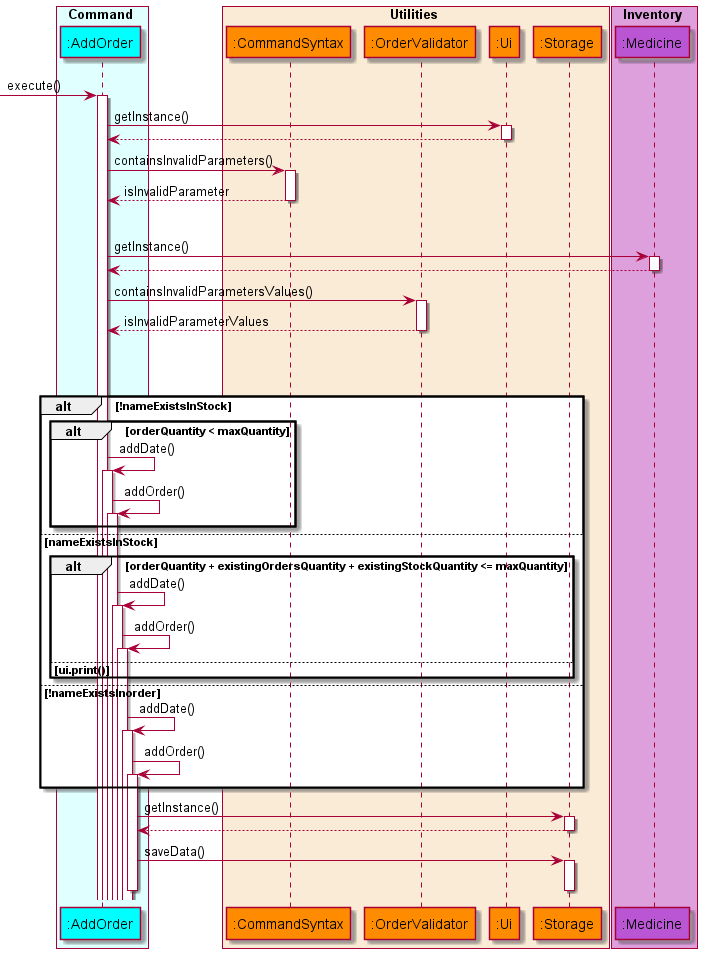
nus-cs2113-AY2122S1/tp keeps this PlantUML diagram as docs/diagrams/diagram_images/AddOrderSequenceDiagram.png. Above is the earlier version.
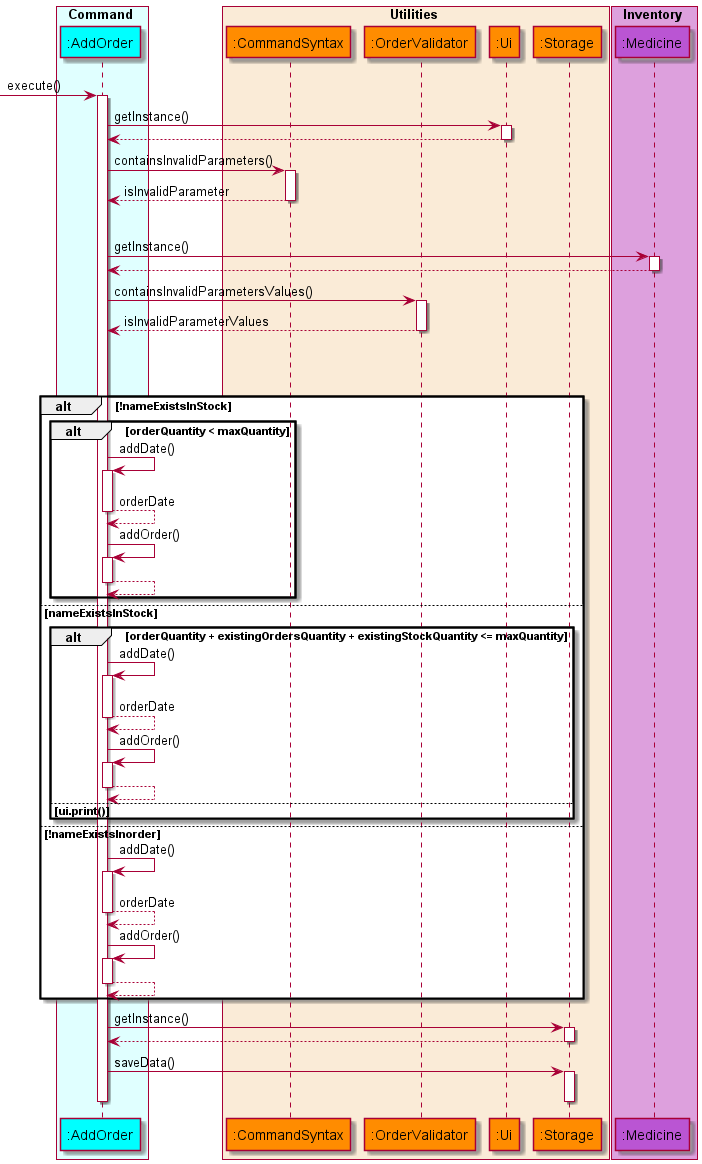
After the change.

Diff of the diagram source:
```diff
@@ -37,17 +37,23 @@
                 alt !nameExistsInStock
                     alt orderQuantity < maxQuantity
                         addorder -> addorder : addDate()
+                        addorder --> addorder : orderDate
                         addorder -> addorder : addOrder()
+                        addorder --> addorder
                     end
                 else nameExistsInStock
                     alt orderQuantity + existingOrdersQuantity + existingStockQuantity <= maxQuantity
                         addorder -> addorder : addDate()
+                        addorder --> addorder : orderDate
                         addorder -> addorder : addOrder()
+                        addorder --> addorder
                     else ui.print()
                     end
             else !nameExistsInorder
                 addorder -> addorder : addDate()
+                addorder --> addorder : orderDate
                 addorder -> addorder : addOrder()
+                addorder --> addorder
             end
         addorder -> storage: getInstance()
         addorder <-- storage
```
